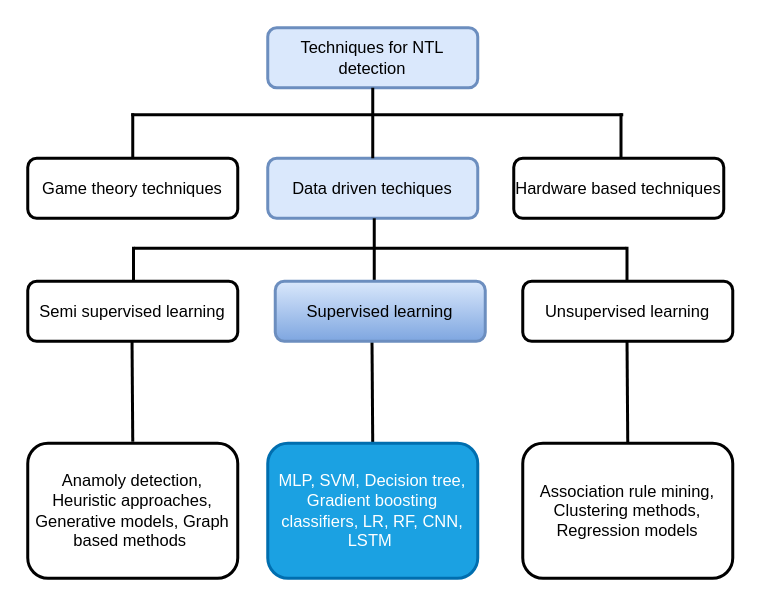
The draw.io diagram Conference paper.drawio in Faisalse/j1_smartgrid, before the edit. Source tidied: cells renumbered, new cells numbered last; positions are measured from the earlier drawing's top-left corner, leaving out a move shared by most shapes. Both pictures are drawn from the tidied source at 150%, with x=0, y=0 at pixel (27, 27).
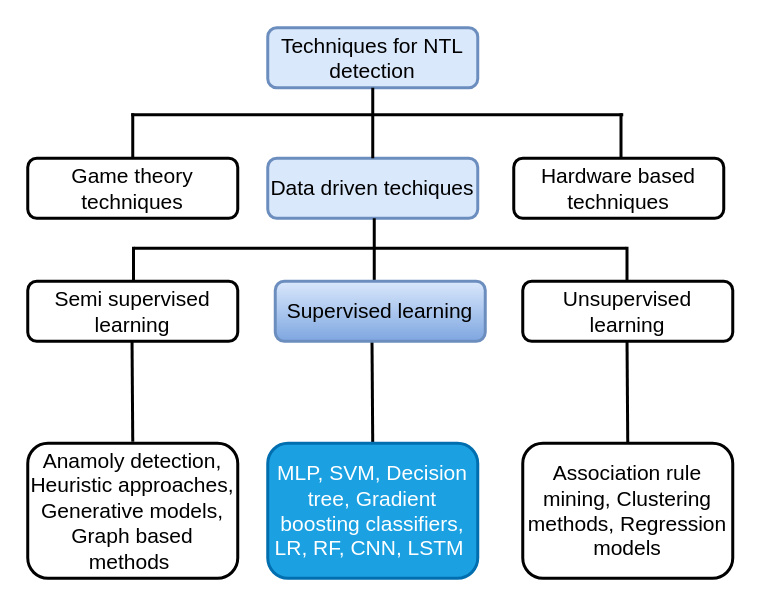
Above is the later version.

Change to the diagram source:
```diff
@@
-    <mxCell id="2" style="group;fontSize=11;" parent="1" vertex="1">
+    <mxCell id="2" style="group;fontSize=14;" parent="1" vertex="1">
       <mxGeometry width="470" height="367" as="geometry" />
     </mxCell>
-    <mxCell id="3" style="endArrow=none;html=1;strokeWidth=2;fontSize=11;" parent="2" edge="1">
+    <mxCell id="3" style="endArrow=none;html=1;strokeWidth=2;fontSize=14;" parent="2" edge="1">
       <mxGeometry relative="1" as="geometry">
         <mxPoint x="400" y="277" as="sourcePoint" />
         <mxPoint x="399.5" y="207" as="targetPoint" />
       </mxGeometry>
     </mxCell>
-    <mxCell id="4" style="endArrow=none;html=1;strokeWidth=2;fontSize=11;" parent="2" edge="1">
+    <mxCell id="4" style="endArrow=none;html=1;strokeWidth=2;fontSize=14;" parent="2" edge="1">
       <mxGeometry relative="1" as="geometry">
         <mxPoint x="230" y="279" as="sourcePoint" />
         <mxPoint x="229.5" y="209" as="targetPoint" />
       </mxGeometry>
     </mxCell>
-    <mxCell id="5" style="endArrow=none;html=1;strokeWidth=2;fontSize=11;" parent="2" edge="1">
+    <mxCell id="5" style="endArrow=none;html=1;strokeWidth=2;fontSize=14;" parent="2" edge="1">
       <mxGeometry relative="1" as="geometry">
         <mxPoint x="399.5" y="176" as="sourcePoint" />
         <mxPoint x="399.5" y="146" as="targetPoint" />
       </mxGeometry>
     </mxCell>
-    <mxCell id="6" value="Techniques for NTL detection" style="rounded=1;whiteSpace=wrap;html=1;strokeWidth=2;fillColor=#dae8fc;strokeColor=#6c8ebf;fontSize=11;" parent="2" vertex="1">
+    <mxCell id="6" value="Techniques for NTL detection" style="rounded=1;whiteSpace=wrap;html=1;strokeWidth=2;fillColor=#dae8fc;strokeColor=#6c8ebf;fontSize=14;" parent="2" vertex="1">
       <mxGeometry x="160" width="140" height="40" as="geometry" />
     </mxCell>
-    <mxCell id="7" value="&lt;font style=&quot;font-size: 11px;&quot;&gt;Hardware based techniques&lt;/font&gt;" style="rounded=1;whiteSpace=wrap;html=1;strokeWidth=2;fontSize=11;" parent="2" vertex="1">
+    <mxCell id="7" value="&lt;font style=&quot;font-size: 14px;&quot;&gt;Hardware based techniques&lt;/font&gt;" style="rounded=1;whiteSpace=wrap;html=1;strokeWidth=2;fontSize=14;" parent="2" vertex="1">
       <mxGeometry x="324" y="87" width="140" height="40" as="geometry" />
     </mxCell>
-    <mxCell id="8" value="Data driven techiques" style="rounded=1;strokeWidth=2;whiteSpace=wrap;html=1;fillColor=#dae8fc;strokeColor=#6c8ebf;fontSize=11;" parent="2" vertex="1">
+    <mxCell id="8" value="Data driven techiques" style="rounded=1;strokeWidth=2;whiteSpace=wrap;html=1;fillColor=#dae8fc;strokeColor=#6c8ebf;fontSize=14;" parent="2" vertex="1">
       <mxGeometry x="160" y="87" width="140" height="40" as="geometry" />
     </mxCell>
-    <mxCell id="9" value="&lt;span style=&quot;font-size: 11px;&quot;&gt;Game theory techniques&lt;/span&gt;" style="rounded=1;whiteSpace=wrap;html=1;strokeWidth=2;fontSize=11;" parent="2" vertex="1">
+    <mxCell id="9" value="&lt;span style=&quot;font-size: 14px;&quot;&gt;Game theory techniques&lt;/span&gt;" style="rounded=1;whiteSpace=wrap;html=1;strokeWidth=2;fontSize=14;" parent="2" vertex="1">
       <mxGeometry y="87" width="140" height="40" as="geometry" />
     </mxCell>
-    <mxCell id="10" style="endArrow=none;html=1;entryX=0.5;entryY=1;entryDx=0;entryDy=0;exitX=0.5;exitY=0;exitDx=0;exitDy=0;strokeWidth=2;fontSize=11;" parent="2" edge="1" source="8" target="6">
+    <mxCell id="10" style="endArrow=none;html=1;entryX=0.5;entryY=1;entryDx=0;entryDy=0;exitX=0.5;exitY=0;exitDx=0;exitDy=0;strokeWidth=2;fontSize=14;" parent="2" edge="1" source="8" target="6">
       <mxGeometry relative="1" as="geometry" />
     </mxCell>
-    <mxCell id="11" style="endArrow=none;html=1;strokeWidth=2;fontSize=11;" parent="2" edge="1">
+    <mxCell id="11" style="endArrow=none;html=1;strokeWidth=2;fontSize=14;" parent="2" edge="1">
       <mxGeometry relative="1" as="geometry">
         <mxPoint x="69" y="58" as="sourcePoint" />
         <mxPoint x="397" y="58" as="targetPoint" />
       </mxGeometry>
     </mxCell>
-    <mxCell id="12" style="endArrow=none;html=1;strokeWidth=2;fontSize=11;" parent="2" edge="1">
+    <mxCell id="12" style="endArrow=none;html=1;strokeWidth=2;fontSize=14;" parent="2" edge="1">
       <mxGeometry relative="1" as="geometry">
         <mxPoint x="70" y="87" as="sourcePoint" />
         <mxPoint x="70" y="57" as="targetPoint" />
       </mxGeometry>
     </mxCell>
-    <mxCell id="13" style="endArrow=none;html=1;strokeWidth=2;fontSize=11;" parent="2" edge="1">
+    <mxCell id="13" style="endArrow=none;html=1;strokeWidth=2;fontSize=14;" parent="2" edge="1">
       <mxGeometry relative="1" as="geometry">
         <mxPoint x="395.5" y="87" as="sourcePoint" />
         <mxPoint x="395.5" y="57" as="targetPoint" />
       </mxGeometry>
     </mxCell>
-    <mxCell id="14" style="endArrow=none;html=1;entryX=0.5;entryY=1;entryDx=0;entryDy=0;exitX=0.5;exitY=0;exitDx=0;exitDy=0;strokeWidth=2;fontSize=11;" parent="2" edge="1">
+    <mxCell id="14" style="endArrow=none;html=1;entryX=0.5;entryY=1;entryDx=0;entryDy=0;exitX=0.5;exitY=0;exitDx=0;exitDy=0;strokeWidth=2;fontSize=14;" parent="2" edge="1">
       <mxGeometry relative="1" as="geometry">
         <mxPoint x="231" y="174" as="sourcePoint" />
         <mxPoint x="231" y="127" as="targetPoint" />
       </mxGeometry>
     </mxCell>
-    <mxCell id="15" value="&lt;font style=&quot;font-size: 11px;&quot;&gt;Supervised learning&lt;/font&gt;" style="rounded=1;whiteSpace=wrap;html=1;strokeWidth=2;gradientColor=#7ea6e0;fillColor=#dae8fc;strokeColor=#6c8ebf;fontSize=11;" parent="2" vertex="1">
+    <mxCell id="15" value="&lt;font style=&quot;font-size: 14px;&quot;&gt;Supervised learning&lt;/font&gt;" style="rounded=1;whiteSpace=wrap;html=1;strokeWidth=2;gradientColor=#7ea6e0;fillColor=#dae8fc;strokeColor=#6c8ebf;fontSize=14;" parent="2" vertex="1">
       <mxGeometry x="165" y="169" width="140" height="40" as="geometry" />
     </mxCell>
-    <mxCell id="16" value="&lt;span style=&quot;font-size: 11px;&quot;&gt;Unsupervised learning&lt;/span&gt;" style="rounded=1;whiteSpace=wrap;html=1;strokeWidth=2;fontSize=11;" parent="2" vertex="1">
+    <mxCell id="16" value="&lt;span style=&quot;font-size: 14px;&quot;&gt;Unsupervised learning&lt;/span&gt;" style="rounded=1;whiteSpace=wrap;html=1;strokeWidth=2;fontSize=14;" parent="2" vertex="1">
       <mxGeometry x="330" y="169" width="140" height="40" as="geometry" />
     </mxCell>
-    <mxCell id="17" style="endArrow=none;html=1;strokeWidth=2;fontSize=11;" parent="2" edge="1">
+    <mxCell id="17" style="endArrow=none;html=1;strokeWidth=2;fontSize=14;" parent="2" edge="1">
       <mxGeometry relative="1" as="geometry">
         <mxPoint x="71" y="147" as="sourcePoint" />
         <mxPoint x="399" y="147" as="targetPoint" />
       </mxGeometry>
     </mxCell>
-    <mxCell id="18" style="endArrow=none;html=1;strokeWidth=2;fontSize=11;" parent="2" edge="1">
+    <mxCell id="18" style="endArrow=none;html=1;strokeWidth=2;fontSize=14;" parent="2" edge="1">
       <mxGeometry relative="1" as="geometry">
         <mxPoint x="70.5" y="176" as="sourcePoint" />
         <mxPoint x="70.5" y="146" as="targetPoint" />
       </mxGeometry>
     </mxCell>
-    <mxCell id="19" value="&lt;span style=&quot;font-size: 11px;&quot;&gt;Anamoly detection, Heuristic approaches, Generative models, Graph based methods&amp;nbsp;&lt;/span&gt;" style="rounded=1;whiteSpace=wrap;html=1;strokeWidth=2;fontSize=11;" parent="2" vertex="1">
+    <mxCell id="19" value="&lt;span style=&quot;font-size: 14px;&quot;&gt;Anamoly detection, Heuristic approaches, Generative models, Graph based methods&amp;nbsp;&lt;/span&gt;" style="rounded=1;whiteSpace=wrap;html=1;strokeWidth=2;fontSize=14;" parent="2" vertex="1">
       <mxGeometry y="277" width="140" height="90" as="geometry" />
     </mxCell>
-    <mxCell id="20" value="&lt;span style=&quot;font-size: 11px;&quot;&gt;MLP, SVM, Decision tree, Gradient boosting classifiers, LR, RF, CNN, LSTM&amp;nbsp;&lt;/span&gt;" style="rounded=1;whiteSpace=wrap;html=1;strokeWidth=2;strokeColor=#006EAF;fontColor=#ffffff;fillColor=#1ba1e2;fontSize=11;" parent="2" vertex="1">
+    <mxCell id="20" value="&lt;span style=&quot;font-size: 14px;&quot;&gt;MLP, SVM, Decision tree, Gradient boosting classifiers, LR, RF, CNN, LSTM&amp;nbsp;&lt;/span&gt;" style="rounded=1;whiteSpace=wrap;html=1;strokeWidth=2;strokeColor=#006EAF;fontColor=#ffffff;fillColor=#1ba1e2;fontSize=14;" parent="2" vertex="1">
       <mxGeometry x="160" y="277" width="140" height="90" as="geometry" />
     </mxCell>
-    <mxCell id="21" value="&lt;span style=&quot;font-size: 11px;&quot;&gt;Association rule mining, Clustering methods, Regression models&lt;/span&gt;" style="rounded=1;whiteSpace=wrap;html=1;strokeWidth=2;fontSize=11;" parent="2" vertex="1">
+    <mxCell id="21" value="&lt;span style=&quot;font-size: 14px;&quot;&gt;Association rule mining, Clustering methods, Regression models&lt;/span&gt;" style="rounded=1;whiteSpace=wrap;html=1;strokeWidth=2;fontSize=14;" parent="2" vertex="1">
       <mxGeometry x="330" y="277" width="140" height="90" as="geometry" />
     </mxCell>
-    <mxCell id="22" style="endArrow=none;html=1;strokeWidth=2;fontSize=11;" parent="2" edge="1">
+    <mxCell id="22" style="endArrow=none;html=1;strokeWidth=2;fontSize=14;" parent="2" edge="1">
       <mxGeometry relative="1" as="geometry">
         <mxPoint x="70" y="276" as="sourcePoint" />
         <mxPoint x="69.5" y="206" as="targetPoint" />
       </mxGeometry>
     </mxCell>
-    <mxCell id="23" value="&lt;span style=&quot;font-size: 11px;&quot;&gt;Semi supervised learning&lt;/span&gt;" style="rounded=1;whiteSpace=wrap;html=1;strokeWidth=2;fontSize=11;" parent="2" vertex="1">
+    <mxCell id="23" value="&lt;span style=&quot;font-size: 14px;&quot;&gt;Semi supervised learning&lt;/span&gt;" style="rounded=1;whiteSpace=wrap;html=1;strokeWidth=2;fontSize=14;" parent="2" vertex="1">
       <mxGeometry y="169" width="140" height="40" as="geometry" />
     </mxCell>
```
